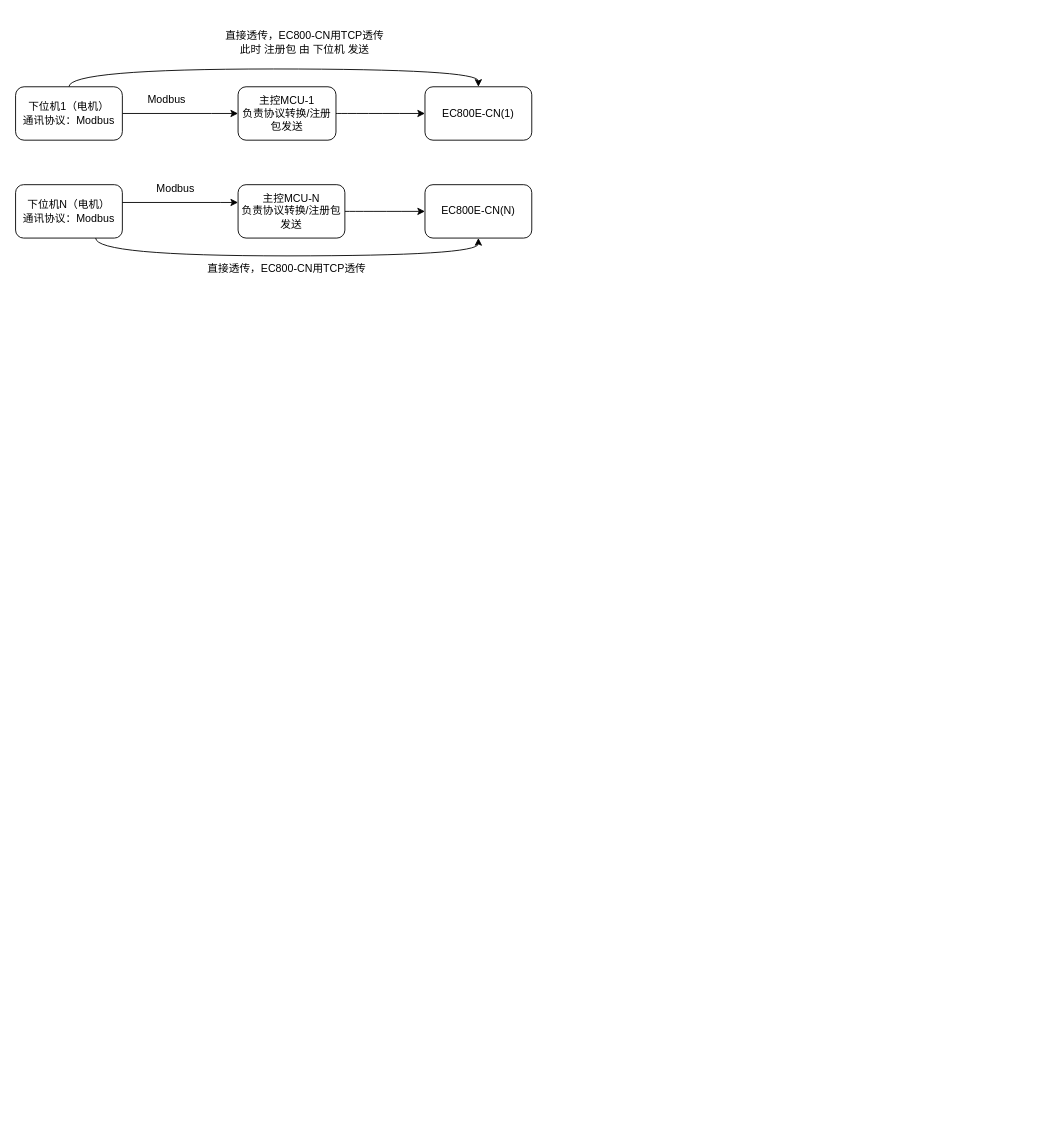
This is 未命名绘图.drawio from fusu19/blog-pic, a draw.io file, before an edit. Source tidied: cells renumbered, new cells numbered last; positions are measured from the earlier drawing's top-left corner, leaving out a move shared by most shapes. Both pictures are drawn from the tidied source at 89%, with x=0, y=0 at pixel (15, 15).
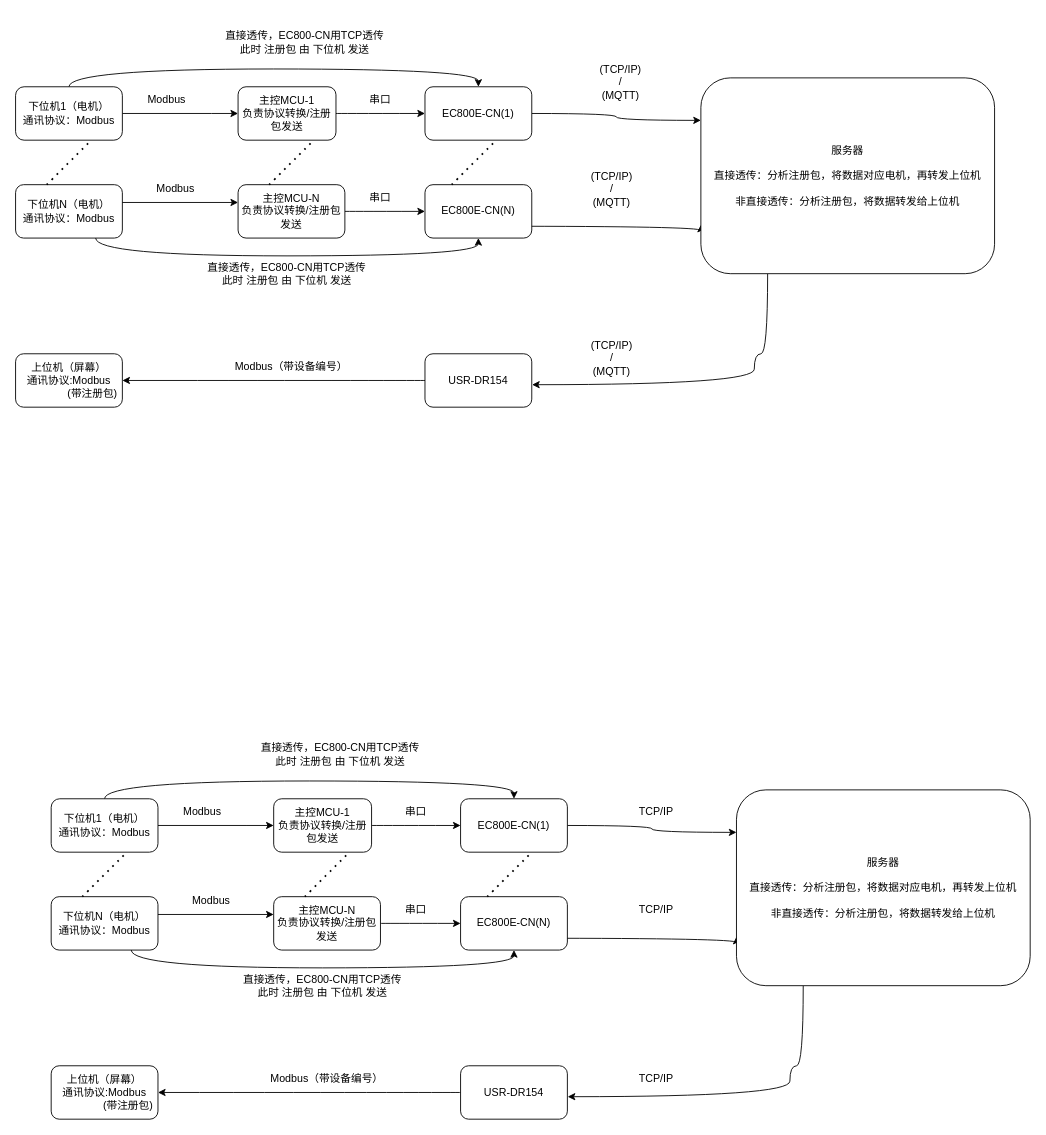
The same diagram, later.

The change refers to these unchanged cells:
```xml
<mxCell id="9" value="EC800E-CN(1)" style="rounded=1;whiteSpace=wrap;html=1;" parent="1" vertex="1">
  <mxGeometry x="460" y="80" width="120" height="60" as="geometry" />
</mxCell>
```

The edit, as a diff of the source:
```diff
@@
+    <mxCell id="18" style="edgeStyle=orthogonalEdgeStyle;curved=1;rounded=0;jettySize=auto;html=1;entryX=0;entryY=0.217;entryDx=0;entryDy=0;entryPerimeter=0;" parent="1" edge="1" source="9" target="22">
+      <mxGeometry relative="1" as="geometry" />
+    </mxCell>
@@
+    <mxCell id="19" style="edgeStyle=orthogonalEdgeStyle;curved=1;rounded=0;jettySize=auto;html=1;entryX=0;entryY=0.75;entryDx=0;entryDy=0;" parent="1" edge="1" target="22">
+      <mxGeometry relative="1" as="geometry">
+        <mxPoint x="540" y="236.7" as="sourcePoint" />
+        <Array as="points">
+          <mxPoint x="770" y="237" />
+        </Array>
+      </mxGeometry>
+    </mxCell>
@@
-    <mxCell id="14" style="edgeStyle=orthogonalEdgeStyle;rounded=0;orthogonalLoop=1;jettySize=auto;html=1;exitX=1;exitY=0.5;exitDx=0;exitDy=0;entryX=0;entryY=0.5;entryDx=0;entryDy=0;" parent="1" edge="1">
+    <mxCell id="14" style="rounded=0;orthogonalLoop=1;jettySize=auto;html=1;exitX=1;exitY=0.5;exitDx=0;exitDy=0;entryX=0;entryY=0.5;entryDx=0;entryDy=0;" parent="1" edge="1">
       <mxGeometry relative="1" as="geometry">
         <mxPoint x="120" y="210" as="sourcePoint" />
         <mxPoint x="250" y="210" as="targetPoint" />
-        <Array as="points">
-          <mxPoint x="230" y="210" />
-          <mxPoint x="230" y="210" />
-        </Array>
       </mxGeometry>
     </mxCell>
@@
-    <mxCell id="17" value="直接透传，EC800-CN用TCP透传" style="text;html=1;strokeColor=none;fillColor=none;align=center;verticalAlign=middle;whiteSpace=wrap;rounded=0;" parent="1" vertex="1">
-      <mxGeometry x="200" y="270" width="210" height="30" as="geometry" />
+    <mxCell id="17" value="直接透传，EC800-CN用TCP透传&lt;br style=&quot;border-color: var(--border-color);&quot;&gt;此时 注册包 由 下位机 发送" style="text;html=1;strokeColor=none;fillColor=none;align=center;verticalAlign=middle;whiteSpace=wrap;rounded=0;" parent="1" vertex="1">
+      <mxGeometry x="200" y="270" width="210" height="40" as="geometry" />
     </mxCell>
+    <mxCell id="20" value="上位机（屏幕）&lt;br&gt;通讯协议:Modbus&lt;br&gt;&lt;span style=&quot;white-space: pre;&quot;&gt;&#9;&lt;span style=&quot;white-space: pre;&quot;&gt;&#9;&lt;/span&gt;&lt;/span&gt;(带注册包)" style="rounded=1;whiteSpace=wrap;html=1;" parent="1" vertex="1">
+      <mxGeometry y="380" width="120" height="60" as="geometry" />
+    </mxCell>
+    <mxCell id="21" style="edgeStyle=orthogonalEdgeStyle;curved=1;rounded=0;jettySize=auto;html=1;entryX=1.003;entryY=0.579;entryDx=0;entryDy=0;entryPerimeter=0;" parent="1" edge="1" source="22" target="27">
+      <mxGeometry relative="1" as="geometry">
+        <Array as="points">
+          <mxPoint x="845" y="380" />
+          <mxPoint x="830" y="380" />
+          <mxPoint x="830" y="415" />
+        </Array>
+      </mxGeometry>
+    </mxCell>
+    <mxCell id="22" value="服务器&lt;br&gt;&lt;br&gt;直接透传：分析注册包，将数据对应电机，再转发上位机&lt;br&gt;&lt;br&gt;非直接透传：分析注册包，将数据转发给上位机" style="rounded=1;whiteSpace=wrap;html=1;" parent="1" vertex="1">
+      <mxGeometry x="770" y="70" width="330" height="220" as="geometry" />
+    </mxCell>
+    <mxCell id="23" value="(TCP/IP)&lt;br&gt;/&lt;br&gt;(MQTT)" style="text;html=1;strokeColor=none;fillColor=none;align=center;verticalAlign=middle;whiteSpace=wrap;rounded=0;" parent="1" vertex="1">
+      <mxGeometry x="650" y="50" width="60" height="50" as="geometry" />
+    </mxCell>
+    <mxCell id="24" value="串口" style="text;html=1;strokeColor=none;fillColor=none;align=center;verticalAlign=middle;whiteSpace=wrap;rounded=0;" parent="1" vertex="1">
+      <mxGeometry x="380" y="80" width="60" height="30" as="geometry" />
+    </mxCell>
+    <mxCell id="25" value="串口" style="text;html=1;strokeColor=none;fillColor=none;align=center;verticalAlign=middle;whiteSpace=wrap;rounded=0;" parent="1" vertex="1">
+      <mxGeometry x="380" y="190" width="60" height="30" as="geometry" />
+    </mxCell>
+    <mxCell id="26" style="edgeStyle=orthogonalEdgeStyle;curved=1;rounded=0;jettySize=auto;html=1;entryX=1;entryY=0.5;entryDx=0;entryDy=0;" parent="1" edge="1" source="27" target="20">
+      <mxGeometry relative="1" as="geometry" />
+    </mxCell>
+    <mxCell id="27" value="USR-DR154" style="rounded=1;whiteSpace=wrap;html=1;" parent="1" vertex="1">
+      <mxGeometry x="460" y="380" width="120" height="60" as="geometry" />
+    </mxCell>
+    <mxCell id="28" value="Modbus（带设备编号）" style="text;html=1;strokeColor=none;fillColor=none;align=center;verticalAlign=middle;whiteSpace=wrap;rounded=0;" parent="1" vertex="1">
+      <mxGeometry x="240" y="380" width="140" height="30" as="geometry" />
+    </mxCell>
+    <mxCell id="29" style="endArrow=none;dashed=1;html=1;dashPattern=1 3;strokeWidth=2;rounded=0;curved=1;" parent="1" edge="1">
+      <mxGeometry relative="1" as="geometry">
+        <mxPoint x="35" y="190" as="sourcePoint" />
+        <mxPoint x="85" y="140" as="targetPoint" />
+      </mxGeometry>
+    </mxCell>
+    <mxCell id="30" style="endArrow=none;dashed=1;html=1;dashPattern=1 3;strokeWidth=2;rounded=0;curved=1;" parent="1" edge="1">
+      <mxGeometry relative="1" as="geometry">
+        <mxPoint x="285" y="190" as="sourcePoint" />
+        <mxPoint x="335" y="140" as="targetPoint" />
+      </mxGeometry>
+    </mxCell>
+    <mxCell id="31" style="endArrow=none;dashed=1;html=1;dashPattern=1 3;strokeWidth=2;rounded=0;curved=1;" parent="1" edge="1">
+      <mxGeometry relative="1" as="geometry">
+        <mxPoint x="490" y="190" as="sourcePoint" />
+        <mxPoint x="540" y="140" as="targetPoint" />
+      </mxGeometry>
+    </mxCell>
+    <mxCell id="32" style="edgeStyle=orthogonalEdgeStyle;rounded=0;jettySize=auto;html=1;exitX=1;exitY=0.5;exitDx=0;exitDy=0;entryX=0;entryY=0.5;entryDx=0;entryDy=0;" parent="1" edge="1" source="34" target="38">
+      <mxGeometry relative="1" as="geometry">
+        <Array as="points">
+          <mxPoint x="260" y="910" />
+          <mxPoint x="260" y="910" />
+        </Array>
+      </mxGeometry>
+    </mxCell>
+    <mxCell id="33" style="edgeStyle=orthogonalEdgeStyle;curved=1;rounded=0;jettySize=auto;html=1;exitX=0.5;exitY=0;exitDx=0;exitDy=0;" parent="1" edge="1" source="34" target="40">
+      <mxGeometry relative="1" as="geometry">
+        <Array as="points">
+          <mxPoint x="100" y="860" />
+          <mxPoint x="560" y="860" />
+        </Array>
+      </mxGeometry>
+    </mxCell>
+    <mxCell id="34" value="下位机1（电机）&lt;br&gt;通讯协议：Modbus" style="rounded=1;whiteSpace=wrap;html=1;arcSize=16;" parent="1" vertex="1">
+      <mxGeometry x="40" y="880" width="120" height="60" as="geometry" />
+    </mxCell>
+    <mxCell id="35" style="edgeStyle=orthogonalEdgeStyle;curved=1;rounded=0;jettySize=auto;html=1;exitX=0.75;exitY=1;exitDx=0;exitDy=0;entryX=0.5;entryY=1;entryDx=0;entryDy=0;" parent="1" edge="1" source="36" target="44">
+      <mxGeometry relative="1" as="geometry" />
+    </mxCell>
+    <mxCell id="36" value="下位机N（电机）&lt;br&gt;通讯协议：Modbus" style="rounded=1;whiteSpace=wrap;html=1;" parent="1" vertex="1">
+      <mxGeometry x="40" y="990" width="120" height="60" as="geometry" />
+    </mxCell>
+    <mxCell id="37" style="edgeStyle=orthogonalEdgeStyle;curved=1;rounded=0;jettySize=auto;html=1;" parent="1" edge="1" source="38" target="40">
+      <mxGeometry relative="1" as="geometry" />
+    </mxCell>
+    <mxCell id="38" value="主控MCU-1&lt;br&gt;负责协议转换/注册包发送" style="rounded=1;whiteSpace=wrap;html=1;" parent="1" vertex="1">
+      <mxGeometry x="290" y="880" width="110" height="60" as="geometry" />
+    </mxCell>
+    <mxCell id="39" style="edgeStyle=orthogonalEdgeStyle;curved=1;rounded=0;jettySize=auto;html=1;entryX=0;entryY=0.217;entryDx=0;entryDy=0;entryPerimeter=0;" parent="1" edge="1" source="40" target="52">
+      <mxGeometry relative="1" as="geometry" />
+    </mxCell>
+    <mxCell id="40" value="EC800E-CN(1)" style="rounded=1;whiteSpace=wrap;html=1;" parent="1" vertex="1">
+      <mxGeometry x="500" y="880" width="120" height="60" as="geometry" />
+    </mxCell>
+    <mxCell id="41" style="edgeStyle=orthogonalEdgeStyle;curved=1;rounded=0;jettySize=auto;html=1;" parent="1" edge="1" source="42" target="44">
+      <mxGeometry relative="1" as="geometry" />
+    </mxCell>
+    <mxCell id="42" value="主控MCU-N&lt;br&gt;负责协议转换/注册包发送" style="rounded=1;whiteSpace=wrap;html=1;" parent="1" vertex="1">
+      <mxGeometry x="290" y="990" width="120" height="60" as="geometry" />
+    </mxCell>
+    <mxCell id="43" style="edgeStyle=orthogonalEdgeStyle;curved=1;rounded=0;jettySize=auto;html=1;entryX=0;entryY=0.75;entryDx=0;entryDy=0;" parent="1" edge="1" target="52">
+      <mxGeometry relative="1" as="geometry">
+        <mxPoint x="580" y="1036.7" as="sourcePoint" />
+        <Array as="points">
+          <mxPoint x="810" y="1037" />
+        </Array>
+      </mxGeometry>
+    </mxCell>
+    <mxCell id="44" value="EC800E-CN(N)" style="rounded=1;whiteSpace=wrap;html=1;" parent="1" vertex="1">
+      <mxGeometry x="500" y="990" width="120" height="60" as="geometry" />
+    </mxCell>
+    <mxCell id="45" value="Modbus" style="text;html=1;strokeColor=none;fillColor=none;align=center;verticalAlign=middle;whiteSpace=wrap;rounded=0;" parent="1" vertex="1">
+      <mxGeometry x="180" y="880" width="60" height="30" as="geometry" />
+    </mxCell>
+    <mxCell id="46" style="rounded=0;orthogonalLoop=1;jettySize=auto;html=1;exitX=1;exitY=0.5;exitDx=0;exitDy=0;entryX=0;entryY=0.5;entryDx=0;entryDy=0;" parent="1" edge="1">
+      <mxGeometry relative="1" as="geometry">
+        <mxPoint x="160" y="1010" as="sourcePoint" />
+        <mxPoint x="290" y="1010" as="targetPoint" />
+      </mxGeometry>
+    </mxCell>
+    <mxCell id="47" value="Modbus" style="text;html=1;strokeColor=none;fillColor=none;align=center;verticalAlign=middle;whiteSpace=wrap;rounded=0;" parent="1" vertex="1">
+      <mxGeometry x="190" y="980" width="60" height="30" as="geometry" />
+    </mxCell>
+    <mxCell id="48" value="直接透传，EC800-CN用TCP透传&lt;br&gt;此时 注册包 由 下位机 发送" style="text;html=1;strokeColor=none;fillColor=none;align=center;verticalAlign=middle;whiteSpace=wrap;rounded=0;" parent="1" vertex="1">
+      <mxGeometry x="260" y="800" width="210" height="60" as="geometry" />
+    </mxCell>
+    <mxCell id="49" value="直接透传，EC800-CN用TCP透传&lt;br style=&quot;border-color: var(--border-color);&quot;&gt;此时 注册包 由 下位机 发送" style="text;html=1;strokeColor=none;fillColor=none;align=center;verticalAlign=middle;whiteSpace=wrap;rounded=0;" parent="1" vertex="1">
+      <mxGeometry x="240" y="1070" width="210" height="40" as="geometry" />
+    </mxCell>
+    <mxCell id="50" value="上位机（屏幕）&lt;br&gt;通讯协议:Modbus&lt;br&gt;&lt;span style=&quot;white-space: pre;&quot;&gt;&#9;&lt;span style=&quot;white-space: pre;&quot;&gt;&#9;&lt;/span&gt;&lt;/span&gt;(带注册包)" style="rounded=1;whiteSpace=wrap;html=1;" parent="1" vertex="1">
+      <mxGeometry x="40" y="1180" width="120" height="60" as="geometry" />
+    </mxCell>
+    <mxCell id="51" style="edgeStyle=orthogonalEdgeStyle;curved=1;rounded=0;jettySize=auto;html=1;entryX=1.003;entryY=0.579;entryDx=0;entryDy=0;entryPerimeter=0;" parent="1" edge="1" source="52" target="58">
+      <mxGeometry relative="1" as="geometry">
+        <Array as="points">
+          <mxPoint x="885" y="1180" />
+          <mxPoint x="870" y="1180" />
+          <mxPoint x="870" y="1215" />
+        </Array>
+      </mxGeometry>
+    </mxCell>
+    <mxCell id="52" value="服务器&lt;br&gt;&lt;br&gt;直接透传：分析注册包，将数据对应电机，再转发上位机&lt;br&gt;&lt;br&gt;非直接透传：分析注册包，将数据转发给上位机" style="rounded=1;whiteSpace=wrap;html=1;" parent="1" vertex="1">
+      <mxGeometry x="810" y="870" width="330" height="220" as="geometry" />
+    </mxCell>
+    <mxCell id="53" value="TCP/IP" style="text;html=1;strokeColor=none;fillColor=none;align=center;verticalAlign=middle;whiteSpace=wrap;rounded=0;" parent="1" vertex="1">
+      <mxGeometry x="690" y="880" width="60" height="30" as="geometry" />
+    </mxCell>
+    <mxCell id="54" value="TCP/IP" style="text;html=1;strokeColor=none;fillColor=none;align=center;verticalAlign=middle;whiteSpace=wrap;rounded=0;" parent="1" vertex="1">
+      <mxGeometry x="690" y="990" width="60" height="30" as="geometry" />
+    </mxCell>
+    <mxCell id="55" value="串口" style="text;html=1;strokeColor=none;fillColor=none;align=center;verticalAlign=middle;whiteSpace=wrap;rounded=0;" parent="1" vertex="1">
+      <mxGeometry x="420" y="880" width="60" height="30" as="geometry" />
+    </mxCell>
+    <mxCell id="56" value="串口" style="text;html=1;strokeColor=none;fillColor=none;align=center;verticalAlign=middle;whiteSpace=wrap;rounded=0;" parent="1" vertex="1">
+      <mxGeometry x="420" y="990" width="60" height="30" as="geometry" />
+    </mxCell>
+    <mxCell id="57" style="edgeStyle=orthogonalEdgeStyle;curved=1;rounded=0;jettySize=auto;html=1;entryX=1;entryY=0.5;entryDx=0;entryDy=0;" parent="1" edge="1" source="58" target="50">
+      <mxGeometry relative="1" as="geometry" />
+    </mxCell>
+    <mxCell id="58" value="USR-DR154" style="rounded=1;whiteSpace=wrap;html=1;" parent="1" vertex="1">
+      <mxGeometry x="500" y="1180" width="120" height="60" as="geometry" />
+    </mxCell>
+    <mxCell id="59" value="TCP/IP" style="text;html=1;strokeColor=none;fillColor=none;align=center;verticalAlign=middle;whiteSpace=wrap;rounded=0;" parent="1" vertex="1">
+      <mxGeometry x="690" y="1180" width="60" height="30" as="geometry" />
+    </mxCell>
+    <mxCell id="60" value="Modbus（带设备编号）" style="text;html=1;strokeColor=none;fillColor=none;align=center;verticalAlign=middle;whiteSpace=wrap;rounded=0;" parent="1" vertex="1">
+      <mxGeometry x="280" y="1180" width="140" height="30" as="geometry" />
+    </mxCell>
+    <mxCell id="61" style="endArrow=none;dashed=1;html=1;dashPattern=1 3;strokeWidth=2;rounded=0;curved=1;" parent="1" edge="1">
+      <mxGeometry relative="1" as="geometry">
+        <mxPoint x="75" y="990" as="sourcePoint" />
+        <mxPoint x="125" y="940" as="targetPoint" />
+      </mxGeometry>
+    </mxCell>
+    <mxCell id="62" style="endArrow=none;dashed=1;html=1;dashPattern=1 3;strokeWidth=2;rounded=0;curved=1;" parent="1" edge="1">
+      <mxGeometry relative="1" as="geometry">
+        <mxPoint x="325" y="990" as="sourcePoint" />
+        <mxPoint x="375" y="940" as="targetPoint" />
+      </mxGeometry>
+    </mxCell>
+    <mxCell id="63" style="endArrow=none;dashed=1;html=1;dashPattern=1 3;strokeWidth=2;rounded=0;curved=1;" parent="1" edge="1">
+      <mxGeometry relative="1" as="geometry">
+        <mxPoint x="530" y="990" as="sourcePoint" />
+        <mxPoint x="580" y="940" as="targetPoint" />
+      </mxGeometry>
+    </mxCell>
+    <mxCell id="64" value="(TCP/IP)&lt;br&gt;/&lt;br&gt;(MQTT)" style="text;html=1;strokeColor=none;fillColor=none;align=center;verticalAlign=middle;whiteSpace=wrap;rounded=0;" parent="1" vertex="1">
+      <mxGeometry x="640" y="170" width="60" height="50" as="geometry" />
+    </mxCell>
+    <mxCell id="65" value="(TCP/IP)&lt;br&gt;/&lt;br&gt;(MQTT)" style="text;html=1;strokeColor=none;fillColor=none;align=center;verticalAlign=middle;whiteSpace=wrap;rounded=0;" parent="1" vertex="1">
+      <mxGeometry x="640" y="360" width="60" height="50" as="geometry" />
+    </mxCell>
```
